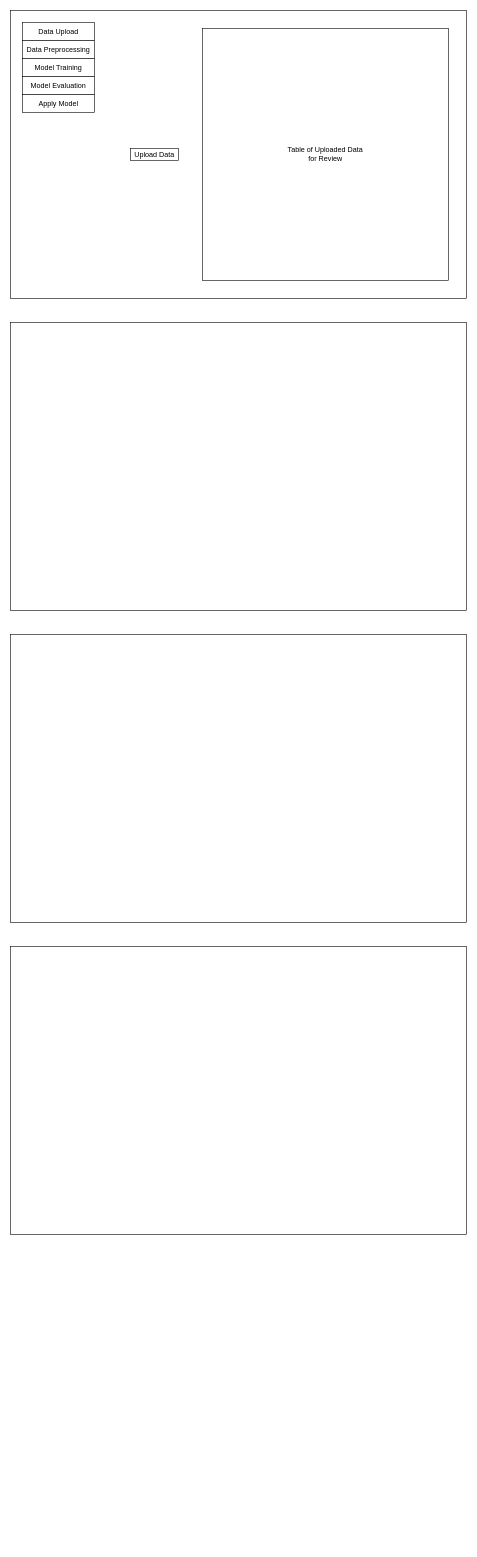
Above: Wireframe_WE.drawio in Peetee06/tnyML (draw.io), before the change. Source tidied: cells renumbered, new cells numbered last; positions are measured from the earlier drawing's top-left corner, leaving out a move shared by most shapes. Both pictures are drawn from the tidied source at 60%, with x=0, y=0 at pixel (10, 10).
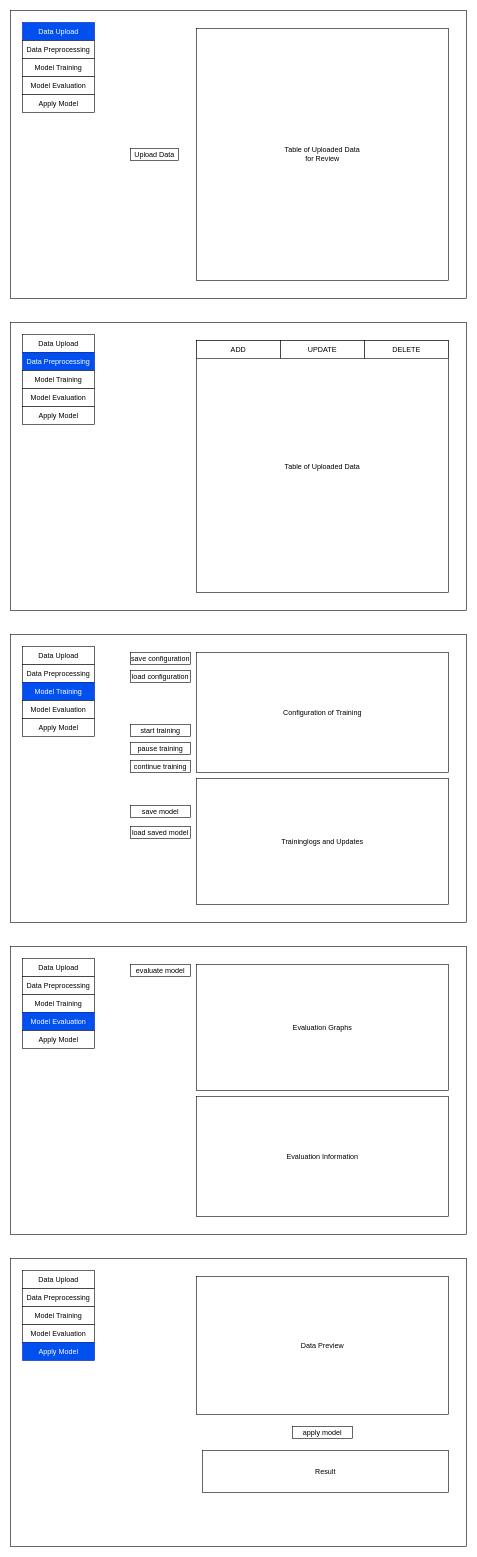
After the change.

Unchanged cells that the change refers to:
```xml
<mxCell id="8" style="group;" parent="1" vertex="1">
  <mxGeometry x="20" y="20" width="120" height="150" as="geometry" />
</mxCell>
```

What changed in the source:
```diff
@@
     <mxCell id="7" value="&lt;div&gt;Table of Uploaded Data&lt;/div&gt;&lt;div&gt;for Review&lt;br&gt;&lt;/div&gt;" style="rounded=0;whiteSpace=wrap;html=1;" parent="1" vertex="1">
-      <mxGeometry x="320" y="30" width="410" height="420" as="geometry" />
+      <mxGeometry x="310" y="30" width="420" height="420" as="geometry" />
     </mxCell>
@@
-    <mxCell id="9" value="Data Upload" style="rounded=0;whiteSpace=wrap;html=1;" parent="8" vertex="1">
+    <mxCell id="9" value="Data Upload" style="rounded=0;whiteSpace=wrap;html=1;fillColor=#0050ef;fontColor=#ffffff;strokeColor=#001DBC;" parent="8" vertex="1">
       <mxGeometry width="120" height="30" as="geometry" />
     </mxCell>
@@
+    <mxCell id="14" style="group;" parent="1" vertex="1">
+      <mxGeometry x="20" y="540" width="120" height="150" as="geometry" />
+    </mxCell>
+    <mxCell id="15" value="Data Upload" style="rounded=0;whiteSpace=wrap;html=1;" parent="14" vertex="1">
+      <mxGeometry width="120" height="30" as="geometry" />
+    </mxCell>
+    <mxCell id="16" value="Data Preprocessing" style="rounded=0;whiteSpace=wrap;html=1;fillColor=#0050ef;fontColor=#ffffff;strokeColor=#001DBC;" parent="14" vertex="1">
+      <mxGeometry y="30" width="120" height="30" as="geometry" />
+    </mxCell>
+    <mxCell id="17" value="Model Training" style="rounded=0;whiteSpace=wrap;html=1;" parent="14" vertex="1">
+      <mxGeometry y="60" width="120" height="30" as="geometry" />
+    </mxCell>
+    <mxCell id="18" value="Model Evaluation" style="rounded=0;whiteSpace=wrap;html=1;" parent="14" vertex="1">
+      <mxGeometry y="90" width="120" height="30" as="geometry" />
+    </mxCell>
+    <mxCell id="19" value="Apply Model" style="rounded=0;whiteSpace=wrap;html=1;" parent="14" vertex="1">
+      <mxGeometry y="120" width="120" height="30" as="geometry" />
+    </mxCell>
+    <mxCell id="20" style="group;" parent="1" vertex="1">
+      <mxGeometry x="20" y="1060" width="120" height="150" as="geometry" />
+    </mxCell>
+    <mxCell id="21" value="Data Upload" style="rounded=0;whiteSpace=wrap;html=1;" parent="20" vertex="1">
+      <mxGeometry width="120" height="30" as="geometry" />
+    </mxCell>
+    <mxCell id="22" value="Data Preprocessing" style="rounded=0;whiteSpace=wrap;html=1;" parent="20" vertex="1">
+      <mxGeometry y="30" width="120" height="30" as="geometry" />
+    </mxCell>
+    <mxCell id="23" value="Model Training" style="rounded=0;whiteSpace=wrap;html=1;fillColor=#0050ef;fontColor=#ffffff;strokeColor=#001DBC;" parent="20" vertex="1">
+      <mxGeometry y="60" width="120" height="30" as="geometry" />
+    </mxCell>
+    <mxCell id="24" value="Model Evaluation" style="rounded=0;whiteSpace=wrap;html=1;" parent="20" vertex="1">
+      <mxGeometry y="90" width="120" height="30" as="geometry" />
+    </mxCell>
+    <mxCell id="25" value="Apply Model" style="rounded=0;whiteSpace=wrap;html=1;" parent="20" vertex="1">
+      <mxGeometry y="120" width="120" height="30" as="geometry" />
+    </mxCell>
+    <mxCell id="26" style="group;" parent="1" vertex="1">
+      <mxGeometry x="20" y="1580" width="120" height="150" as="geometry" />
+    </mxCell>
+    <mxCell id="27" value="Data Upload" style="rounded=0;whiteSpace=wrap;html=1;" parent="26" vertex="1">
+      <mxGeometry width="120" height="30" as="geometry" />
+    </mxCell>
+    <mxCell id="28" value="Data Preprocessing" style="rounded=0;whiteSpace=wrap;html=1;" parent="26" vertex="1">
+      <mxGeometry y="30" width="120" height="30" as="geometry" />
+    </mxCell>
+    <mxCell id="29" value="Model Training" style="rounded=0;whiteSpace=wrap;html=1;" parent="26" vertex="1">
+      <mxGeometry y="60" width="120" height="30" as="geometry" />
+    </mxCell>
+    <mxCell id="30" value="Model Evaluation" style="rounded=0;whiteSpace=wrap;html=1;fillColor=#0050ef;fontColor=#ffffff;strokeColor=#001DBC;" parent="26" vertex="1">
+      <mxGeometry y="90" width="120" height="30" as="geometry" />
+    </mxCell>
+    <mxCell id="31" value="Apply Model" style="rounded=0;whiteSpace=wrap;html=1;" parent="26" vertex="1">
+      <mxGeometry y="120" width="120" height="30" as="geometry" />
+    </mxCell>
+    <mxCell id="32" style="rounded=0;whiteSpace=wrap;html=1;" parent="1" vertex="1">
+      <mxGeometry y="2080" width="760" height="480" as="geometry" />
+    </mxCell>
+    <mxCell id="33" style="group;" parent="1" vertex="1">
+      <mxGeometry x="20" y="2100" width="120" height="150" as="geometry" />
+    </mxCell>
+    <mxCell id="34" value="Data Upload" style="rounded=0;whiteSpace=wrap;html=1;" parent="33" vertex="1">
+      <mxGeometry width="120" height="30" as="geometry" />
+    </mxCell>
+    <mxCell id="35" value="Data Preprocessing" style="rounded=0;whiteSpace=wrap;html=1;" parent="33" vertex="1">
+      <mxGeometry y="30" width="120" height="30" as="geometry" />
+    </mxCell>
+    <mxCell id="36" value="Model Training" style="rounded=0;whiteSpace=wrap;html=1;" parent="33" vertex="1">
+      <mxGeometry y="60" width="120" height="30" as="geometry" />
+    </mxCell>
+    <mxCell id="37" value="Model Evaluation" style="rounded=0;whiteSpace=wrap;html=1;" parent="33" vertex="1">
+      <mxGeometry y="90" width="120" height="30" as="geometry" />
+    </mxCell>
+    <mxCell id="38" value="Apply Model" style="rounded=0;whiteSpace=wrap;html=1;fillColor=#0050ef;fontColor=#ffffff;strokeColor=#001DBC;" parent="33" vertex="1">
+      <mxGeometry y="120" width="120" height="30" as="geometry" />
+    </mxCell>
+    <mxCell id="39" value="&lt;div&gt;Table of Uploaded Data&lt;/div&gt;" style="rounded=0;whiteSpace=wrap;html=1;" parent="1" vertex="1">
+      <mxGeometry x="310" y="550" width="420" height="420" as="geometry" />
+    </mxCell>
+    <mxCell id="40" value="ADD&lt;br&gt;&lt;span style=&quot;white-space: pre&quot;&gt;&lt;/span&gt;" style="rounded=0;whiteSpace=wrap;html=1;" parent="1" vertex="1">
+      <mxGeometry x="310" y="550" width="140" height="30" as="geometry" />
+    </mxCell>
+    <mxCell id="41" value="UPDATE" style="rounded=0;whiteSpace=wrap;html=1;" parent="1" vertex="1">
+      <mxGeometry x="450" y="550" width="140" height="30" as="geometry" />
+    </mxCell>
+    <mxCell id="42" style="edgeStyle=orthogonalEdgeStyle;rounded=0;orthogonalLoop=1;jettySize=auto;html=1;exitX=0.5;exitY=1;exitDx=0;exitDy=0;" parent="1" edge="1" source="41" target="41">
+      <mxGeometry relative="1" as="geometry" />
+    </mxCell>
+    <mxCell id="43" value="DELETE" style="rounded=0;whiteSpace=wrap;html=1;" parent="1" vertex="1">
+      <mxGeometry x="590" y="550" width="140" height="30" as="geometry" />
+    </mxCell>
+    <mxCell id="44" value="start training" style="rounded=0;whiteSpace=wrap;html=1;" parent="1" vertex="1">
+      <mxGeometry x="200" y="1190" width="100" height="20" as="geometry" />
+    </mxCell>
+    <mxCell id="45" value="Configuration of Training" style="rounded=0;whiteSpace=wrap;html=1;" parent="1" vertex="1">
+      <mxGeometry x="310" y="1070" width="420" height="200" as="geometry" />
+    </mxCell>
+    <mxCell id="46" value="Traininglogs and Updates" style="rounded=0;whiteSpace=wrap;html=1;" parent="1" vertex="1">
+      <mxGeometry x="310" y="1280" width="420" height="210" as="geometry" />
+    </mxCell>
+    <mxCell id="47" value="continue training" style="rounded=0;whiteSpace=wrap;html=1;" parent="1" vertex="1">
+      <mxGeometry x="200" y="1250" width="100" height="20" as="geometry" />
+    </mxCell>
+    <mxCell id="48" value="save model" style="rounded=0;whiteSpace=wrap;html=1;" parent="1" vertex="1">
+      <mxGeometry x="200" y="1325" width="100" height="20" as="geometry" />
+    </mxCell>
+    <mxCell id="49" value="load saved model" style="rounded=0;whiteSpace=wrap;html=1;" parent="1" vertex="1">
+      <mxGeometry x="200" y="1360" width="100" height="20" as="geometry" />
+    </mxCell>
+    <mxCell id="50" value="pause training" style="rounded=0;whiteSpace=wrap;html=1;" parent="1" vertex="1">
+      <mxGeometry x="200" y="1220" width="100" height="20" as="geometry" />
+    </mxCell>
+    <mxCell id="51" value="save configuration" style="rounded=0;whiteSpace=wrap;html=1;" parent="1" vertex="1">
+      <mxGeometry x="200" y="1070" width="100" height="20" as="geometry" />
+    </mxCell>
+    <mxCell id="52" value="load configuration" style="rounded=0;whiteSpace=wrap;html=1;" parent="1" vertex="1">
+      <mxGeometry x="200" y="1100" width="100" height="20" as="geometry" />
+    </mxCell>
+    <mxCell id="53" value="Evaluation Graphs" style="rounded=0;whiteSpace=wrap;html=1;" parent="1" vertex="1">
+      <mxGeometry x="310" y="1590" width="420" height="210" as="geometry" />
+    </mxCell>
+    <mxCell id="54" value="evaluate model" style="rounded=0;whiteSpace=wrap;html=1;" parent="1" vertex="1">
+      <mxGeometry x="200" y="1590" width="100" height="20" as="geometry" />
+    </mxCell>
+    <mxCell id="55" value="Evaluation Information" style="rounded=0;whiteSpace=wrap;html=1;" parent="1" vertex="1">
+      <mxGeometry x="310" y="1810" width="420" height="200" as="geometry" />
+    </mxCell>
+    <mxCell id="56" value="Data Preview" style="rounded=0;whiteSpace=wrap;html=1;" parent="1" vertex="1">
+      <mxGeometry x="310" y="2110" width="420" height="230" as="geometry" />
+    </mxCell>
+    <mxCell id="57" value="apply model" style="rounded=0;whiteSpace=wrap;html=1;" parent="1" vertex="1">
+      <mxGeometry x="470" y="2360" width="100" height="20" as="geometry" />
+    </mxCell>
+    <mxCell id="58" value="Result" style="rounded=0;whiteSpace=wrap;html=1;" parent="1" vertex="1">
+      <mxGeometry x="320" y="2400" width="410" height="70" as="geometry" />
+    </mxCell>
```
